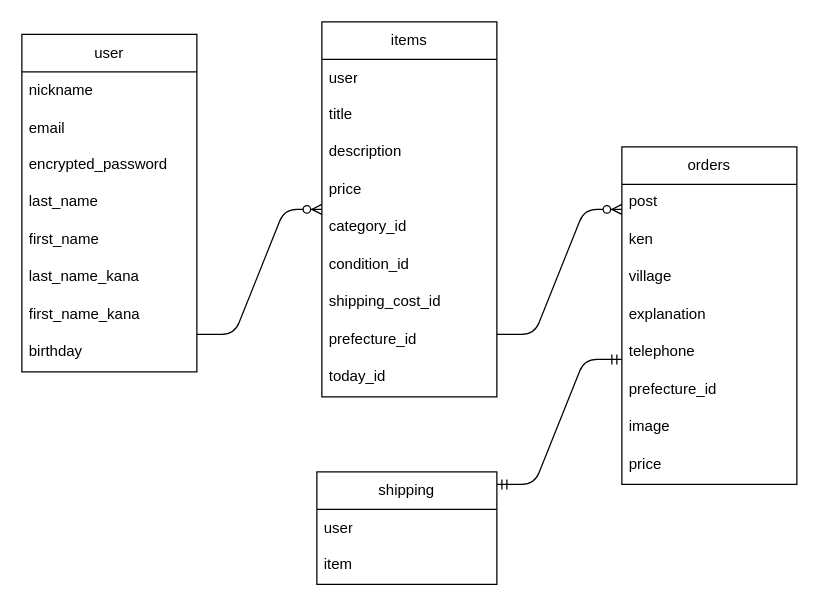
20230824/furima-39867 keeps this draw.io diagram as furima.dio. Above is the earlier version. Source tidied: cells renumbered, new cells numbered last; positions are measured from the earlier drawing's top-left corner, leaving out a move shared by most shapes. Both pictures are drawn from the tidied source at 125%, with x=0, y=0 at pixel (21, 21).
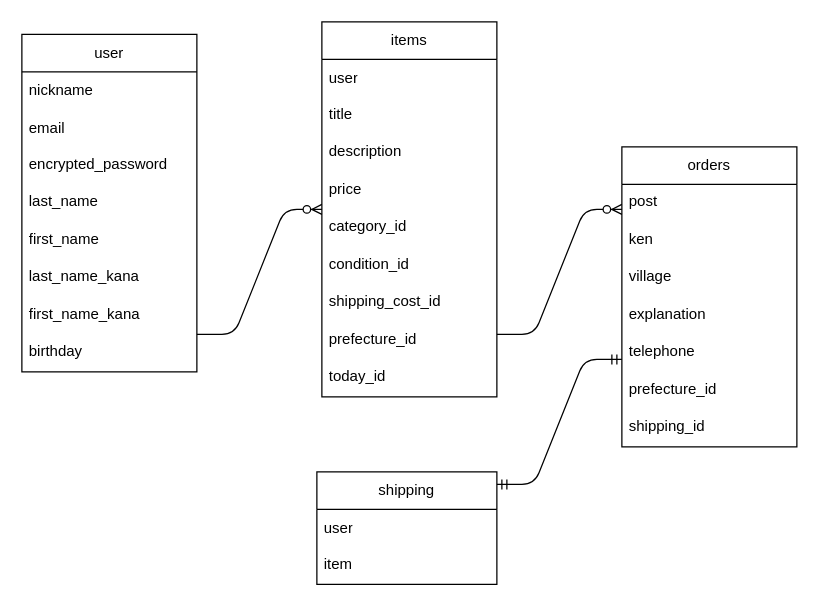
After the change.

Commit message (it also covers changes not shown here):
データベース設計、修正

Diff of the diagram source:
```diff
@@
     <mxCell id="24" value="orders" style="swimlane;fontStyle=0;horizontal=1;startSize=30;whiteSpace=wrap;html=1;" parent="1" vertex="1">
-      <mxGeometry x="480" y="100" width="140" height="270" as="geometry" />
+      <mxGeometry x="480" y="100" width="140" height="240" as="geometry" />
     </mxCell>
@@
-    <mxCell id="31" value="image" style="text;strokeColor=none;fillColor=none;spacingLeft=4;spacingRight=4;overflow=hidden;fontSize=12;" parent="24" vertex="1">
-      <mxGeometry y="210" width="140" height="30" as="geometry" />
-    </mxCell>
-    <mxCell id="32" value="price" style="text;strokeColor=none;fillColor=none;spacingLeft=4;spacingRight=4;overflow=hidden;fontSize=12;" parent="24" vertex="1">
-      <mxGeometry y="240" width="140" height="30" as="geometry" />
-    </mxCell>
+    <mxCell id="36" value="shipping_id" style="text;strokeColor=none;fillColor=none;spacingLeft=4;spacingRight=4;overflow=hidden;fontSize=12;" parent="24" vertex="1">
+      <mxGeometry y="210" width="140" height="30" as="geometry" />
+    </mxCell>
```
